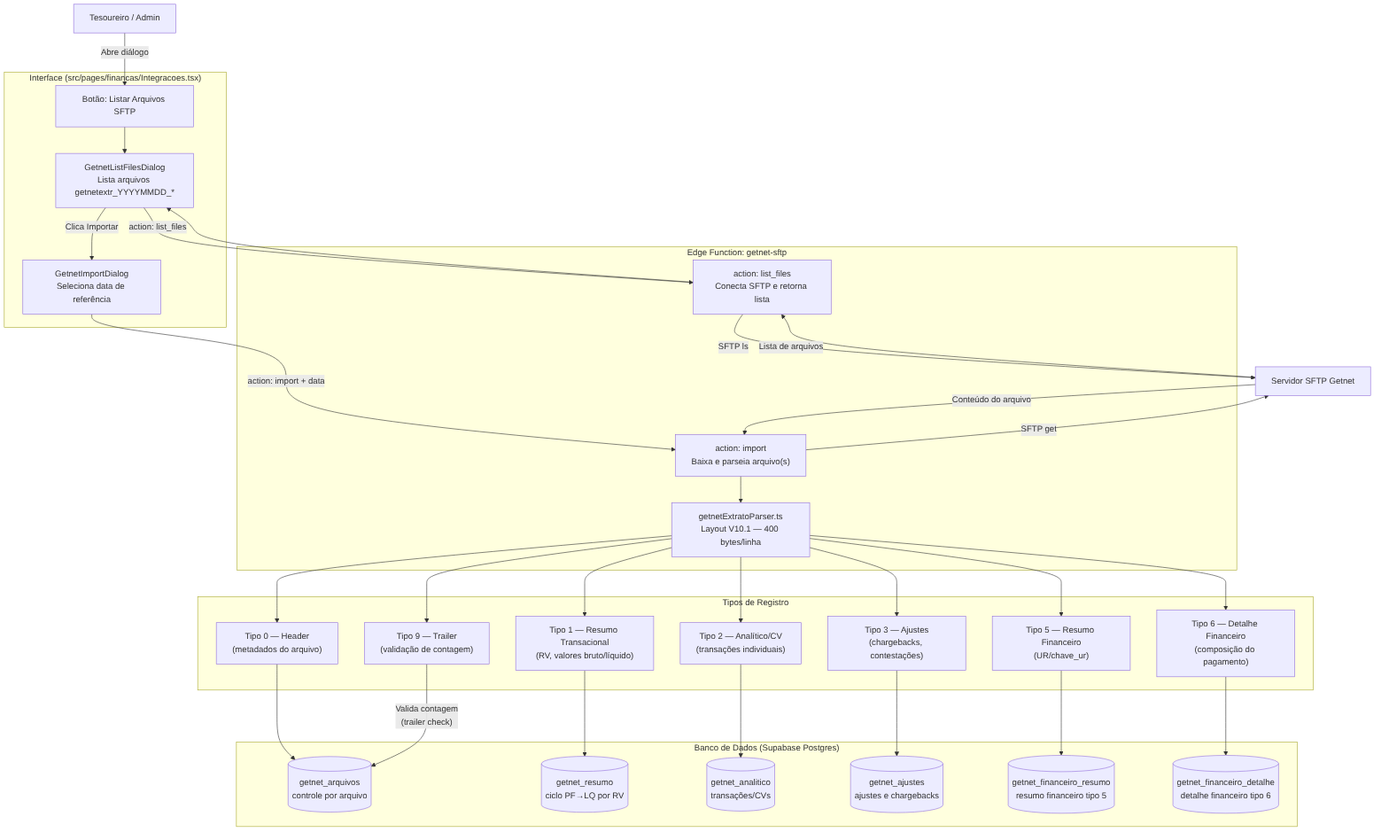
Earlier version of the Mermaid export docs/diagramas/exports/fluxo-getnet-sftp_1.png (adrianoapc/igreja-carvalho). Its source is kept beside it as docs/diagramas/exports/fluxo-getnet-sftp_1.mmd. Source of this version:
```mermaid
graph TD
    Usuario[Tesoureiro / Admin]
    SFTP[Servidor SFTP Getnet]

    subgraph UI["Interface (src/pages/financas/Integracoes.tsx)"]
        ListBtn["Botão: Listar Arquivos SFTP"]
        ListDialog["GetnetListFilesDialog\nLista arquivos getnetextr_YYYYMMDD_*"]
        ImportDialog["GetnetImportDialog\nSeleciona data de referência"]
    end

    subgraph EdgeFn["Edge Function: getnet-sftp"]
        ActionList["action: list_files\nConecta SFTP e retorna lista"]
        ActionImport["action: import\nBaixa e parseia arquivo(s)"]
        Parser["getnetExtratoParser.ts\nLayout V10.1 — 400 bytes/linha"]
    end

    subgraph Tipos["Tipos de Registro"]
        T0["Tipo 0 — Header\n(metadados do arquivo)"]
        T1["Tipo 1 — Resumo Transacional\n(RV, valores bruto/líquido)"]
        T2["Tipo 2 — Analítico/CV\n(transações individuais)"]
        T3["Tipo 3 — Ajustes\n(chargebacks, contestações)"]
        T5["Tipo 5 — Resumo Financeiro\n(UR/chave_ur)"]
        T6["Tipo 6 — Detalhe Financeiro\n(composição do pagamento)"]
        T9["Tipo 9 — Trailer\n(validação de contagem)"]
    end

    subgraph DB["Banco de Dados (Supabase Postgres)"]
        TbArquivos[(getnet_arquivos\ncontrole por arquivo)]
        TbResumo[(getnet_resumo\nciclo PF→LQ por RV)]
        TbAnalitico[(getnet_analitico\ntransações/CVs)]
        TbAjustes[(getnet_ajustes\najustes e chargebacks)]
        TbFinResumo[(getnet_financeiro_resumo\nresumo financeiro tipo 5)]
        TbFinDetalhe[(getnet_financeiro_detalhe\ndetalhe financeiro tipo 6)]
    end

    Usuario -->|"Abre diálogo"| ListBtn
    ListBtn --> ListDialog
    ListDialog -->|"action: list_files"| ActionList
    ActionList -->|"SFTP ls"| SFTP
    SFTP -->|"Lista de arquivos"| ActionList
    ActionList --> ListDialog

    ListDialog -->|"Clica Importar"| ImportDialog
    ImportDialog -->|"action: import + data"| ActionImport
    ActionImport -->|"SFTP get"| SFTP
    SFTP -->|"Conteúdo do arquivo"| ActionImport
    ActionImport --> Parser

    Parser --> T0 & T1 & T2 & T3 & T5 & T6 & T9

    T0 --> TbArquivos
    T1 --> TbResumo
    T2 --> TbAnalitico
    T3 --> TbAjustes
    T5 --> TbFinResumo
    T6 --> TbFinDetalhe
    T9 -->|"Valida contagem\n(trailer check)"| TbArquivos
```
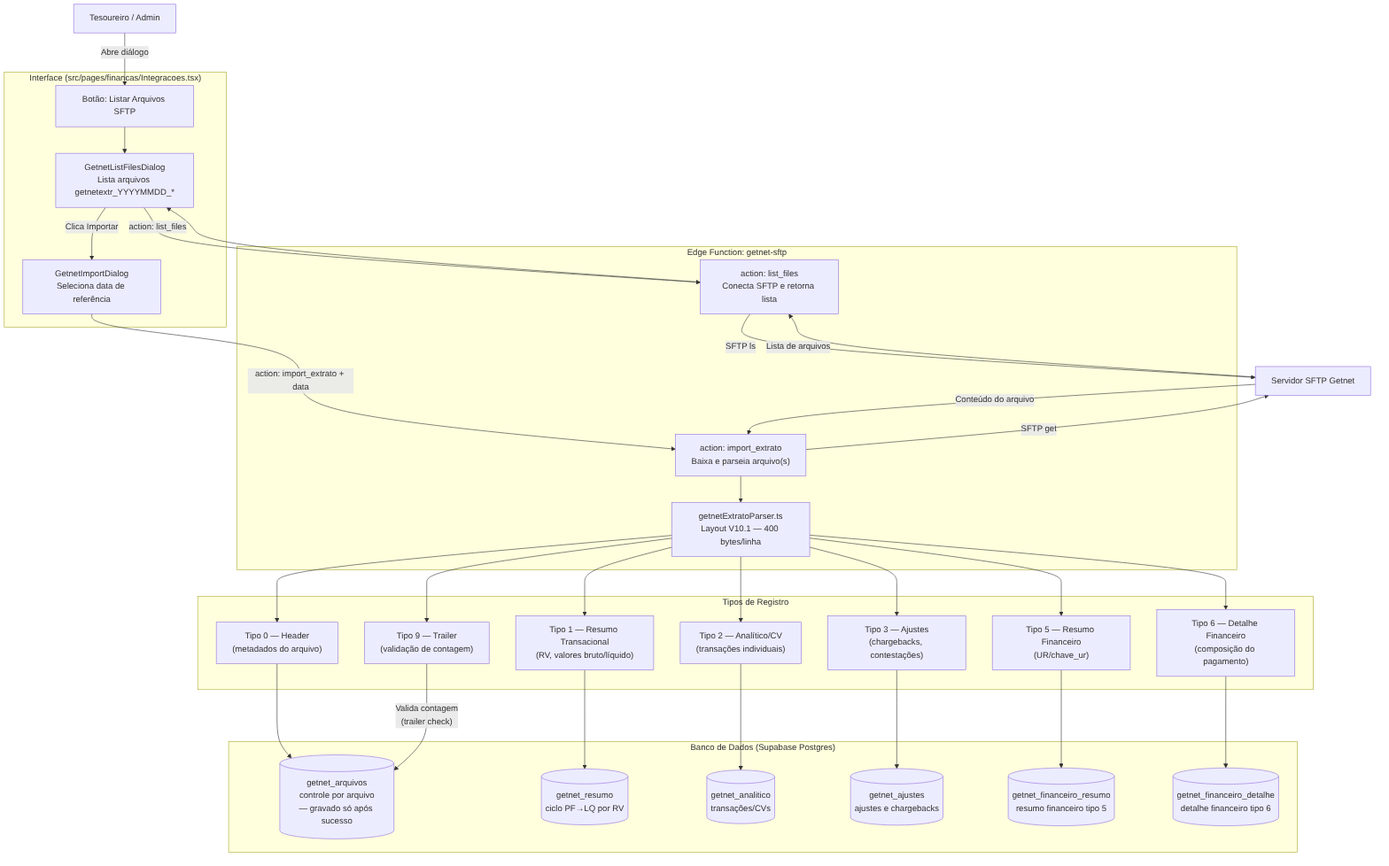
After the change.

What changed in the source:
```diff
@@ -10,7 +10,7 @@
 
     subgraph EdgeFn["Edge Function: getnet-sftp"]
         ActionList["action: list_files\nConecta SFTP e retorna lista"]
-        ActionImport["action: import\nBaixa e parseia arquivo(s)"]
+        ActionImport["action: import_extrato\nBaixa e parseia arquivo(s)"]
         Parser["getnetExtratoParser.ts\nLayout V10.1 — 400 bytes/linha"]
     end
 
@@ -25,7 +25,7 @@
     end
 
     subgraph DB["Banco de Dados (Supabase Postgres)"]
-        TbArquivos[(getnet_arquivos\ncontrole por arquivo)]
+        TbArquivos[(getnet_arquivos\ncontrole por arquivo\n— gravado só após sucesso)]
         TbResumo[(getnet_resumo\nciclo PF→LQ por RV)]
         TbAnalitico[(getnet_analitico\ntransações/CVs)]
         TbAjustes[(getnet_ajustes\najustes e chargebacks)]
@@ -41,7 +41,7 @@
     ActionList --> ListDialog
 
     ListDialog -->|"Clica Importar"| ImportDialog
-    ImportDialog -->|"action: import + data"| ActionImport
+    ImportDialog -->|"action: import_extrato + data"| ActionImport
     ActionImport -->|"SFTP get"| SFTP
     SFTP -->|"Conteúdo do arquivo"| ActionImport
     ActionImport --> Parser
```
